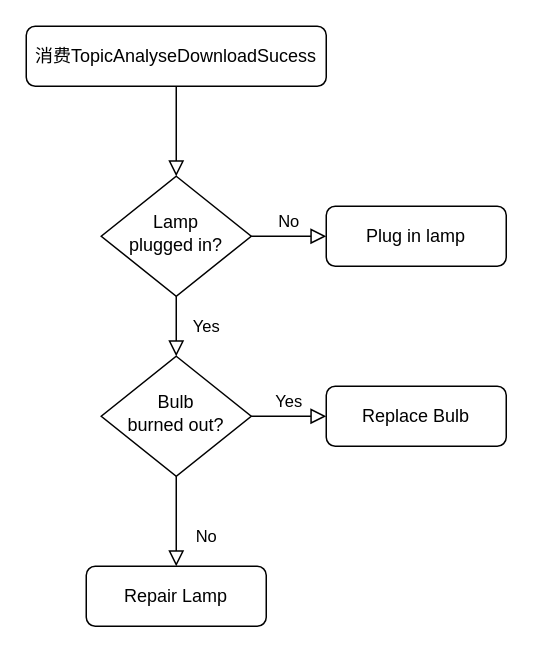
zm52hz/test1 keeps this draw.io diagram as page "告警消费逻辑" (1 of 2) of 重复告警.drawio. Above is the earlier version. Source tidied: cells renumbered, new cells numbered last; positions are measured from the earlier drawing's top-left corner, leaving out a move shared by most shapes. Both pictures are drawn from the tidied source at 150%, with x=0, y=0 at pixel (26, 26).
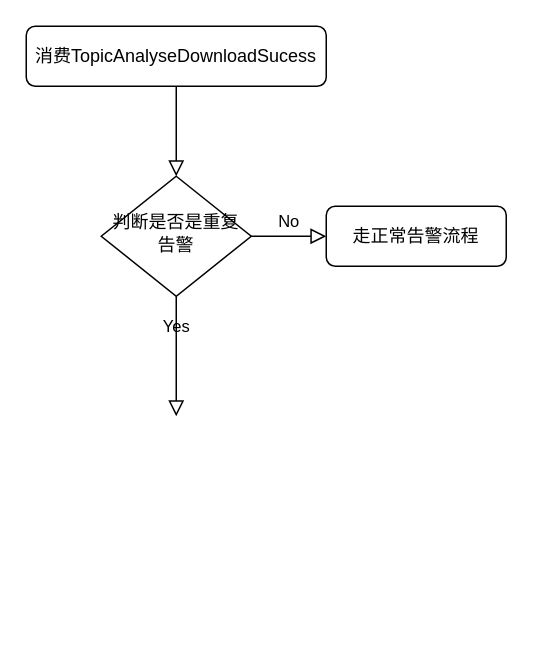
After the change.

Commit message:
更新重复告警.drawio

The edit, as a diff of the source:
```diff
@@
 <mxGraphModel>
   <root>
     <mxCell id="0" />
     <mxCell id="1" parent="0" />
     <mxCell id="2" style="rounded=0;html=1;jettySize=auto;fontSize=11;endArrow=block;endFill=0;endSize=8;strokeWidth=1;shadow=0;labelBackgroundColor=none;edgeStyle=orthogonalEdgeStyle;" parent="1" edge="1" source="3" target="6">
       <mxGeometry relative="1" as="geometry" />
     </mxCell>
     <mxCell id="3" value="消费TopicAnalyseDownloadSucess" style="rounded=1;whiteSpace=wrap;html=1;fontSize=12;glass=0;strokeWidth=1;shadow=0;" parent="1" vertex="1">
       <mxGeometry width="200" height="40" as="geometry" />
     </mxCell>
-    <mxCell id="4" value="Yes" style="rounded=0;html=1;jettySize=auto;fontSize=11;endArrow=block;endFill=0;endSize=8;strokeWidth=1;shadow=0;labelBackgroundColor=none;edgeStyle=orthogonalEdgeStyle;" parent="1" edge="1" source="6" target="10">
-      <mxGeometry y="20" relative="1" as="geometry" />
+    <mxCell id="4" value="Yes" style="rounded=0;html=1;jettySize=auto;fontSize=11;endArrow=block;endFill=0;endSize=8;strokeWidth=1;shadow=0;labelBackgroundColor=none;edgeStyle=orthogonalEdgeStyle;entryX=0.5;entryY=0;entryDx=0;entryDy=0;" parent="1" edge="1" source="6">
+      <mxGeometry y="20" relative="1" as="geometry">
+        <mxPoint x="100" y="260" as="targetPoint" />
+      </mxGeometry>
     </mxCell>
     <mxCell id="5" value="No" style="edgeStyle=orthogonalEdgeStyle;rounded=0;html=1;jettySize=auto;fontSize=11;endArrow=block;endFill=0;endSize=8;strokeWidth=1;shadow=0;labelBackgroundColor=none;" parent="1" edge="1" source="6" target="7">
       <mxGeometry y="10" relative="1" as="geometry" />
     </mxCell>
-    <mxCell id="6" value="Lamp&lt;br&gt;plugged in?" style="rhombus;whiteSpace=wrap;html=1;shadow=0;fontFamily=Helvetica;fontSize=12;align=center;strokeWidth=1;spacing=6;spacingTop=-4;" parent="1" vertex="1">
+    <mxCell id="6" value="判断是否是重复告警" style="rhombus;whiteSpace=wrap;html=1;shadow=0;fontFamily=Helvetica;fontSize=12;align=center;strokeWidth=1;spacing=6;spacingTop=-4;" parent="1" vertex="1">
       <mxGeometry x="50" y="100" width="100" height="80" as="geometry" />
     </mxCell>
-    <mxCell id="7" value="Plug in lamp" style="rounded=1;whiteSpace=wrap;html=1;fontSize=12;glass=0;strokeWidth=1;shadow=0;" parent="1" vertex="1">
+    <mxCell id="7" value="走正常告警流程" style="rounded=1;whiteSpace=wrap;html=1;fontSize=12;glass=0;strokeWidth=1;shadow=0;" parent="1" vertex="1">
       <mxGeometry x="200" y="120" width="120" height="40" as="geometry" />
     </mxCell>
-    <mxCell id="8" value="No" style="rounded=0;html=1;jettySize=auto;fontSize=11;endArrow=block;endFill=0;endSize=8;strokeWidth=1;shadow=0;labelBackgroundColor=none;edgeStyle=orthogonalEdgeStyle;" parent="1" edge="1" source="10" target="11">
-      <mxGeometry x="0.33" y="20" relative="1" as="geometry" />
-    </mxCell>
-    <mxCell id="9" value="Yes" style="edgeStyle=orthogonalEdgeStyle;rounded=0;html=1;jettySize=auto;fontSize=11;endArrow=block;endFill=0;endSize=8;strokeWidth=1;shadow=0;labelBackgroundColor=none;" parent="1" edge="1" source="10" target="12">
-      <mxGeometry y="10" relative="1" as="geometry" />
-    </mxCell>
-    <mxCell id="10" value="Bulb&lt;br&gt;burned out?" style="rhombus;whiteSpace=wrap;html=1;shadow=0;fontFamily=Helvetica;fontSize=12;align=center;strokeWidth=1;spacing=6;spacingTop=-4;" parent="1" vertex="1">
-      <mxGeometry x="50" y="220" width="100" height="80" as="geometry" />
-    </mxCell>
-    <mxCell id="11" value="Repair Lamp" style="rounded=1;whiteSpace=wrap;html=1;fontSize=12;glass=0;strokeWidth=1;shadow=0;" parent="1" vertex="1">
-      <mxGeometry x="40" y="360" width="120" height="40" as="geometry" />
-    </mxCell>
-    <mxCell id="12" value="Replace Bulb" style="rounded=1;whiteSpace=wrap;html=1;fontSize=12;glass=0;strokeWidth=1;shadow=0;" parent="1" vertex="1">
-      <mxGeometry x="200" y="240" width="120" height="40" as="geometry" />
-    </mxCell>
   </root>
 </mxGraphModel>
```
